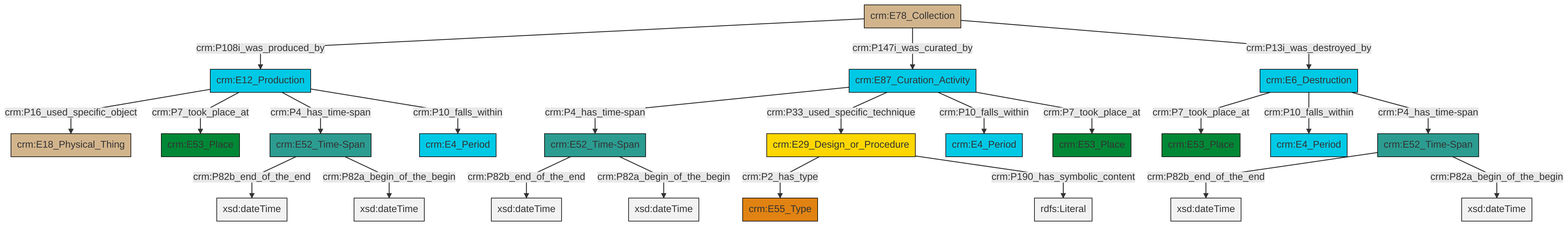
swiss-art-research-net/docs.swissartresearch keeps this Mermaid diagram as et/archivalCSV/ttl/mmd/png/archival_existence.png. Above is the earlier version. Its source is kept beside it as et/archivalCSV/ttl/mmd/archival_existence.ttl.mmd.
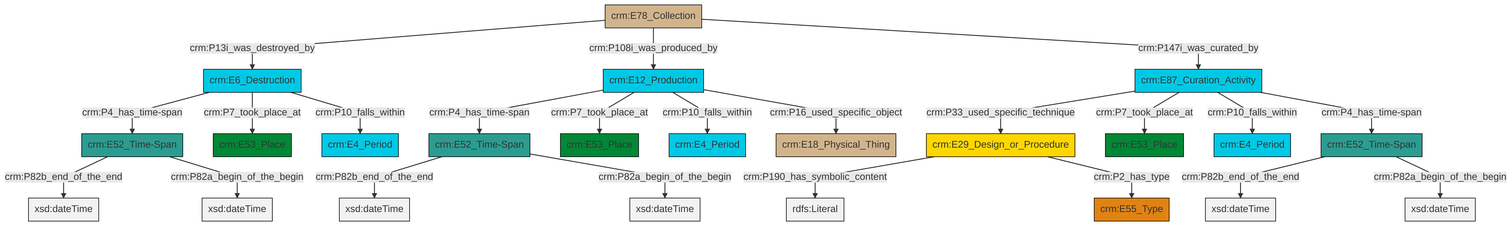
After the change.

What changed in the source:
```diff
@@ -13,25 +13,25 @@
 classDef PC_Classes fill:#4ce600, stroke:#000000;
 classDef Multi fill:#cccccc,stroke:#000000;
 
-2["crm:E87_Curation_Activity"]:::Temporal_Entity -->|crm:P4_has_time-span| 3["crm:E52_Time-Span"]:::Time-Span
-4["crm:E29_Design_or_Procedure"]:::Conceptual_Object -->|crm:P2_has_type| 5["crm:E55_Type"]:::Type
-6["crm:E52_Time-Span"]:::Time-Span -->|crm:P82b_end_of_the_end| 7[xsd:dateTime]:::Literal
-8["crm:E6_Destruction"]:::Temporal_Entity -->|crm:P7_took_place_at| 9["crm:E53_Place"]:::Place
-0["crm:E78_Collection"]:::Physical_Thing -->|crm:P108i_was_produced_by| 13["crm:E12_Production"]:::Temporal_Entity
-13["crm:E12_Production"]:::Temporal_Entity -->|crm:P16_used_specific_object| 17["crm:E18_Physical_Thing"]:::Physical_Thing
-0["crm:E78_Collection"]:::Physical_Thing -->|crm:P147i_was_curated_by| 2["crm:E87_Curation_Activity"]:::Temporal_Entity
-3["crm:E52_Time-Span"]:::Time-Span -->|crm:P82b_end_of_the_end| 21[xsd:dateTime]:::Literal
-4["crm:E29_Design_or_Procedure"]:::Conceptual_Object -->|crm:P190_has_symbolic_content| 23[rdfs:Literal]:::Literal
-8["crm:E6_Destruction"]:::Temporal_Entity -->|crm:P10_falls_within| 24["crm:E4_Period"]:::Temporal_Entity
-2["crm:E87_Curation_Activity"]:::Temporal_Entity -->|crm:P33_used_specific_technique| 4["crm:E29_Design_or_Procedure"]:::Conceptual_Object
-13["crm:E12_Production"]:::Temporal_Entity -->|crm:P7_took_place_at| 18["crm:E53_Place"]:::Place
-14["crm:E52_Time-Span"]:::Time-Span -->|crm:P82b_end_of_the_end| 28[xsd:dateTime]:::Literal
-8["crm:E6_Destruction"]:::Temporal_Entity -->|crm:P4_has_time-span| 6["crm:E52_Time-Span"]:::Time-Span
-2["crm:E87_Curation_Activity"]:::Temporal_Entity -->|crm:P10_falls_within| 29["crm:E4_Period"]:::Temporal_Entity
-2["crm:E87_Curation_Activity"]:::Temporal_Entity -->|crm:P7_took_place_at| 31["crm:E53_Place"]:::Place
-13["crm:E12_Production"]:::Temporal_Entity -->|crm:P4_has_time-span| 14["crm:E52_Time-Span"]:::Time-Span
-6["crm:E52_Time-Span"]:::Time-Span -->|crm:P82a_begin_of_the_begin| 34[xsd:dateTime]:::Literal
-0["crm:E78_Collection"]:::Physical_Thing -->|crm:P13i_was_destroyed_by| 8["crm:E6_Destruction"]:::Temporal_Entity
-13["crm:E12_Production"]:::Temporal_Entity -->|crm:P10_falls_within| 11["crm:E4_Period"]:::Temporal_Entity
-14["crm:E52_Time-Span"]:::Time-Span -->|crm:P82a_begin_of_the_begin| 35[xsd:dateTime]:::Literal
-3["crm:E52_Time-Span"]:::Time-Span -->|crm:P82a_begin_of_the_begin| 36[xsd:dateTime]:::Literal
+6["crm:E29_Design_or_Procedure"]:::Conceptual_Object -->|crm:P190_has_symbolic_content| 7[rdfs:Literal]:::Literal
+4["crm:E52_Time-Span"]:::Time-Span -->|crm:P82b_end_of_the_end| 8[xsd:dateTime]:::Literal
+9["crm:E78_Collection"]:::Physical_Thing -->|crm:P13i_was_destroyed_by| 11["crm:E6_Destruction"]:::Temporal_Entity
+12["crm:E12_Production"]:::Temporal_Entity -->|crm:P4_has_time-span| 14["crm:E52_Time-Span"]:::Time-Span
+2["crm:E87_Curation_Activity"]:::Temporal_Entity -->|crm:P33_used_specific_technique| 6["crm:E29_Design_or_Procedure"]:::Conceptual_Object
+2["crm:E87_Curation_Activity"]:::Temporal_Entity -->|crm:P7_took_place_at| 15["crm:E53_Place"]:::Place
+9["crm:E78_Collection"]:::Physical_Thing -->|crm:P108i_was_produced_by| 12["crm:E12_Production"]:::Temporal_Entity
+9["crm:E78_Collection"]:::Physical_Thing -->|crm:P147i_was_curated_by| 2["crm:E87_Curation_Activity"]:::Temporal_Entity
+11["crm:E6_Destruction"]:::Temporal_Entity -->|crm:P4_has_time-span| 18["crm:E52_Time-Span"]:::Time-Span
+2["crm:E87_Curation_Activity"]:::Temporal_Entity -->|crm:P10_falls_within| 19["crm:E4_Period"]:::Temporal_Entity
+18["crm:E52_Time-Span"]:::Time-Span -->|crm:P82b_end_of_the_end| 23[xsd:dateTime]:::Literal
+11["crm:E6_Destruction"]:::Temporal_Entity -->|crm:P7_took_place_at| 24["crm:E53_Place"]:::Place
+12["crm:E12_Production"]:::Temporal_Entity -->|crm:P7_took_place_at| 27["crm:E53_Place"]:::Place
+6["crm:E29_Design_or_Procedure"]:::Conceptual_Object -->|crm:P2_has_type| 0["crm:E55_Type"]:::Type
+14["crm:E52_Time-Span"]:::Time-Span -->|crm:P82b_end_of_the_end| 30[xsd:dateTime]:::Literal
+12["crm:E12_Production"]:::Temporal_Entity -->|crm:P10_falls_within| 21["crm:E4_Period"]:::Temporal_Entity
+18["crm:E52_Time-Span"]:::Time-Span -->|crm:P82a_begin_of_the_begin| 36[xsd:dateTime]:::Literal
+14["crm:E52_Time-Span"]:::Time-Span -->|crm:P82a_begin_of_the_begin| 37[xsd:dateTime]:::Literal
+12["crm:E12_Production"]:::Temporal_Entity -->|crm:P16_used_specific_object| 25["crm:E18_Physical_Thing"]:::Physical_Thing
+2["crm:E87_Curation_Activity"]:::Temporal_Entity -->|crm:P4_has_time-span| 4["crm:E52_Time-Span"]:::Time-Span
+4["crm:E52_Time-Span"]:::Time-Span -->|crm:P82a_begin_of_the_begin| 38[xsd:dateTime]:::Literal
+11["crm:E6_Destruction"]:::Temporal_Entity -->|crm:P10_falls_within| 33["crm:E4_Period"]:::Temporal_Entity
```
